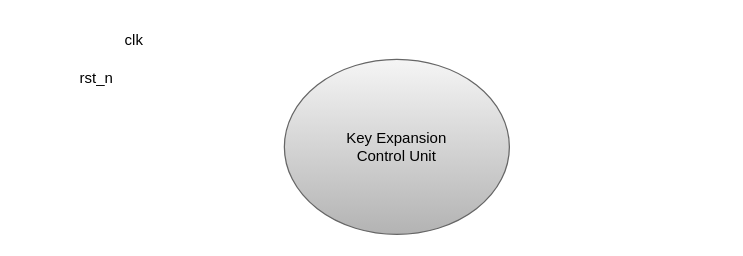
Before: diagram/drawio/AESKeyExpansionCU-High.drawio in LQLManZz/AES128-Verilog, a draw.io diagram. Source tidied: cells renumbered, new cells numbered last; positions are measured from the earlier drawing's top-left corner, leaving out a move shared by most shapes. Both pictures are drawn from the tidied source at 125%, with x=0, y=0 at pixel (71, 21).
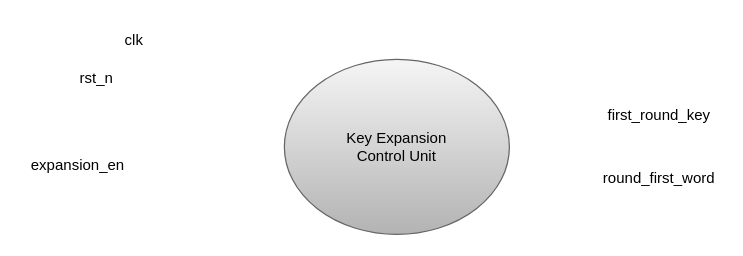
The same diagram, later.

Commit message:
vault backup: 2026-06-13 20:58:33

Diff of the diagram source:
```diff
@@
 <mxGraphModel>
   <root>
     <mxCell id="0" />
     <mxCell id="1" parent="0" />
     <mxCell id="2" value="Key Expansion&lt;div&gt;Control Unit&lt;/div&gt;" style="ellipse;whiteSpace=wrap;html=1;fillColor=#f5f5f5;strokeColor=#666666;rounded=0;gradientColor=#b3b3b3;" parent="1" vertex="1">
       <mxGeometry x="170" y="30" width="180" height="140" as="geometry" />
     </mxCell>
     <mxCell id="3" value="clk" style="text;html=1;whiteSpace=wrap;strokeColor=none;fillColor=none;align=center;verticalAlign=middle;rounded=0;" parent="1" vertex="1">
       <mxGeometry x="30" width="40" height="30" as="geometry" />
     </mxCell>
     <mxCell id="4" value="rst_n" style="text;html=1;whiteSpace=wrap;strokeColor=none;fillColor=none;align=center;verticalAlign=middle;rounded=0;" parent="1" vertex="1">
       <mxGeometry y="30" width="40" height="30" as="geometry" />
     </mxCell>
+    <mxCell id="5" value="expansion_en" style="text;html=1;whiteSpace=wrap;strokeColor=none;fillColor=none;align=center;verticalAlign=middle;rounded=0;" parent="1" vertex="1">
+      <mxGeometry x="-40" y="100" width="90" height="30" as="geometry" />
+    </mxCell>
+    <mxCell id="6" value="first_round_key" style="text;html=1;whiteSpace=wrap;strokeColor=none;fillColor=none;align=center;verticalAlign=middle;rounded=0;" parent="1" vertex="1">
+      <mxGeometry x="425" y="60" width="90" height="30" as="geometry" />
+    </mxCell>
+    <mxCell id="7" value="round_first_word" style="text;html=1;whiteSpace=wrap;strokeColor=none;fillColor=none;align=center;verticalAlign=middle;rounded=0;" parent="1" vertex="1">
+      <mxGeometry x="420" y="110" width="100" height="30" as="geometry" />
+    </mxCell>
   </root>
 </mxGraphModel>
```
